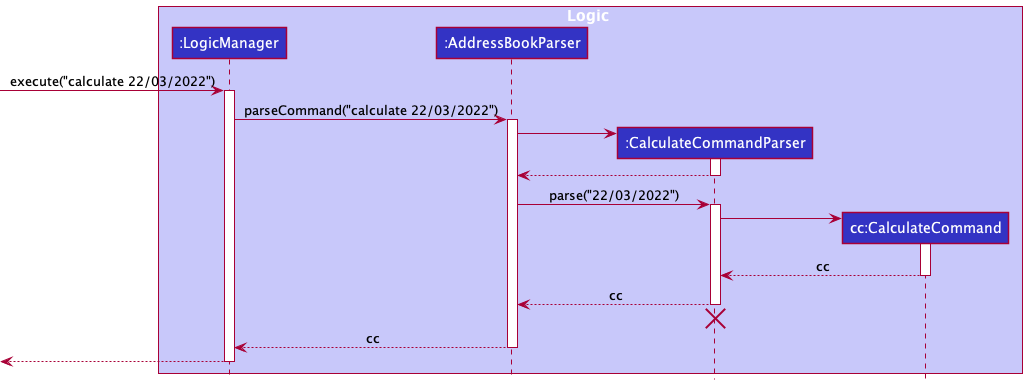
Above: docs/images/calculatepart1.png in robinrojh/tp (PlantUML), before the change. Source of this version:
```plantuml
@startuml

!include style.puml

box Logic LOGIC_COLOR_T1
participant ":LogicManager" as LogicManager LOGIC_COLOR
participant ":AddressBookParser" as AddressBookParser LOGIC_COLOR
participant ":CalculateCommandParser" as CalculateCommandParser LOGIC_COLOR
participant "cc:CalculateCommand" as CalculateCommand LOGIC_COLOR
end box

[-> LogicManager : execute("calculate 22/03/2022")
activate LogicManager

LogicManager -> AddressBookParser : parseCommand("calculate 22/03/2022")
activate AddressBookParser

create CalculateCommandParser
AddressBookParser -> CalculateCommandParser
activate CalculateCommandParser

CalculateCommandParser --> AddressBookParser
deactivate CalculateCommandParser

AddressBookParser -> CalculateCommandParser : parse("22/03/2022")
activate CalculateCommandParser

create CalculateCommand
CalculateCommandParser -> CalculateCommand
activate CalculateCommand

CalculateCommand --> CalculateCommandParser : cc
deactivate CalculateCommand

CalculateCommandParser --> AddressBookParser : cc
deactivate CalculateCommandParser
CalculateCommandParser -[hidden]-> AddressBookParser
destroy CalculateCommandParser

AddressBookParser --> LogicManager : cc
deactivate AddressBookParser




[<--LogicManager
deactivate LogicManager
@enduml
```
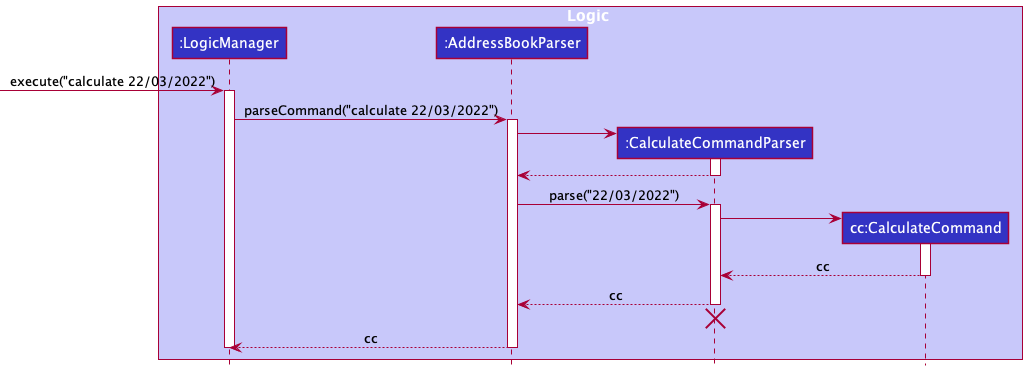
The same diagram one commit later.

Commit message:
remove output from logic manager from DG calculate cost

What changed in the source:
```diff
@@ -40,9 +40,5 @@
 AddressBookParser --> LogicManager : cc
 deactivate AddressBookParser
 
-
-
-
-[<--LogicManager
 deactivate LogicManager
 @enduml
```
